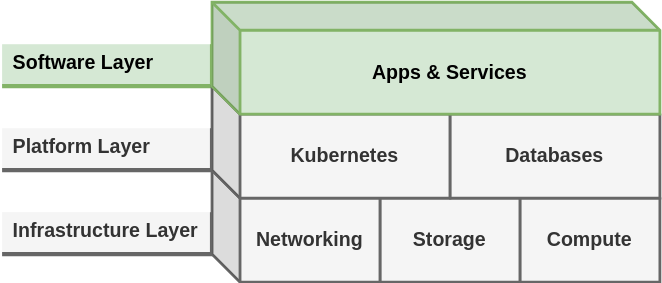
bcbrookman/homeops keeps this draw.io diagram as docs/content/assets/homeops-layers-sw.svg. Above is the earlier version. Source tidied: cells renumbered, new cells last; positions are measured from the earlier drawing's top-left corner, leaving out a move shared by most shapes.
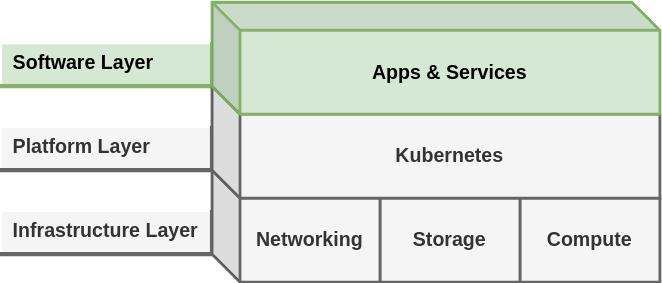
After the commit.

The edit, as a diff of the source:
```diff
@@ -20,11 +20,8 @@
     <mxCell id="7" value="Networking" style="shape=cube;whiteSpace=wrap;html=1;boundedLbl=1;backgroundOutline=1;darkOpacity=0.05;darkOpacity2=0.1;fillColor=#f5f5f5;strokeColor=#666666;strokeWidth=2;fontStyle=1;fontSize=14;shadow=0;fontColor=#333333;fontFamily=Arial;" parent="1" vertex="1">
       <mxGeometry x="150" y="120" width="120" height="80" as="geometry" />
     </mxCell>
-    <mxCell id="8" value="Databases" style="shape=cube;whiteSpace=wrap;html=1;boundedLbl=1;backgroundOutline=1;darkOpacity=0.05;darkOpacity2=0.1;fillColor=#f5f5f5;strokeColor=#666666;strokeWidth=2;fontStyle=1;fontSize=14;shadow=0;fontColor=#333333;fontFamily=Arial;" parent="1" vertex="1">
-      <mxGeometry x="300" y="60" width="170" height="80" as="geometry" />
-    </mxCell>
     <mxCell id="9" value="Kubernetes" style="shape=cube;whiteSpace=wrap;html=1;boundedLbl=1;backgroundOutline=1;darkOpacity=0.05;darkOpacity2=0.1;fillColor=#f5f5f5;strokeColor=#666666;strokeWidth=2;fontStyle=1;fontSize=14;shadow=0;fontColor=#333333;fontFamily=Arial;" parent="1" vertex="1">
-      <mxGeometry x="150" y="60" width="170" height="80" as="geometry" />
+      <mxGeometry x="150" y="60" width="320" height="80" as="geometry" />
     </mxCell>
     <mxCell id="10" value="Apps &amp;amp; Services" style="shape=cube;whiteSpace=wrap;html=1;boundedLbl=1;backgroundOutline=1;darkOpacity=0.05;darkOpacity2=0.1;fillColor=#d5e8d4;strokeColor=#82b366;strokeWidth=2;fontStyle=1;fontSize=14;gradientDirection=south;perimeterSpacing=0;shadow=0;fontFamily=Arial;" parent="1" vertex="1">
       <mxGeometry x="150" width="320" height="80" as="geometry" />
```
